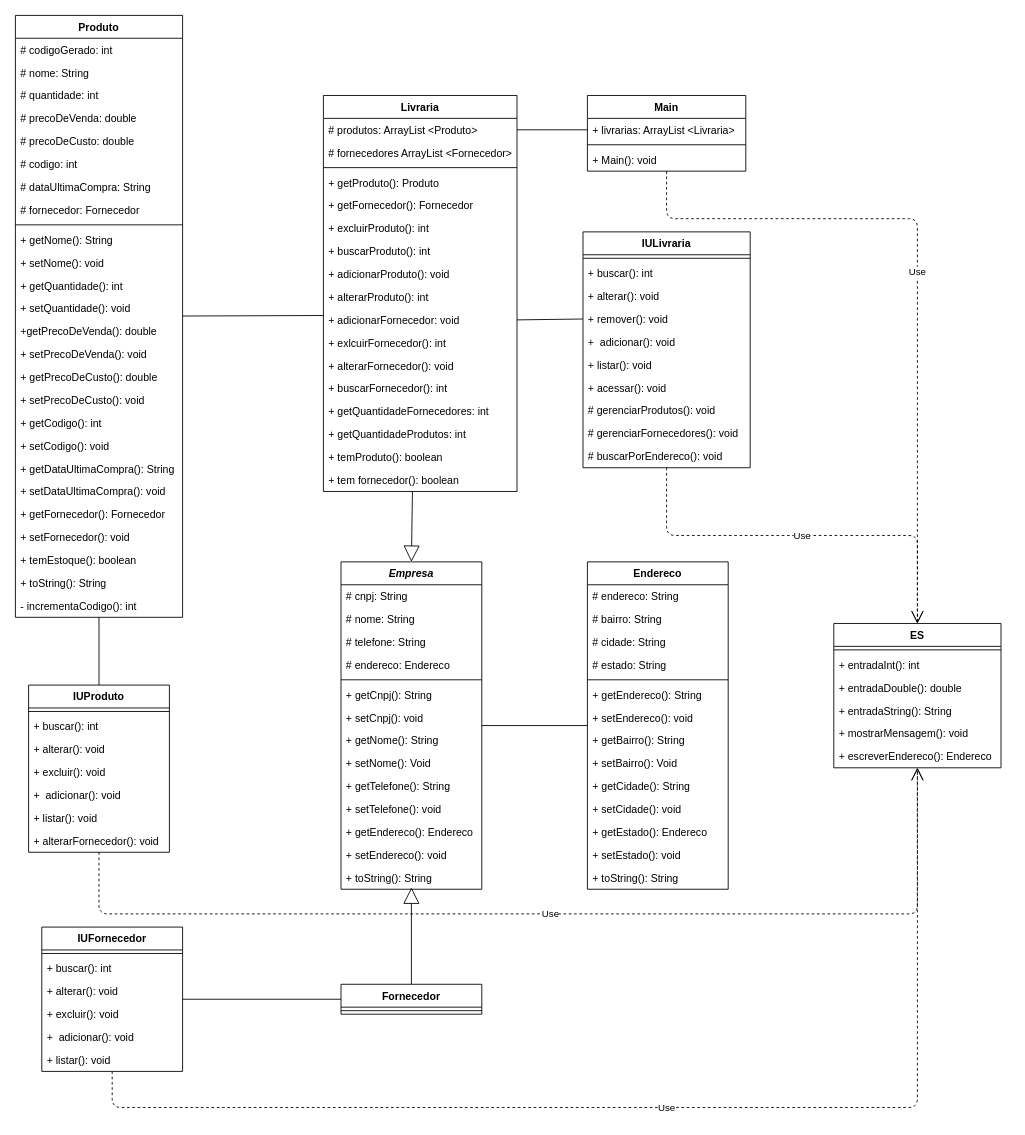
Earlier version of the draw.io diagram DiagramaDeClasses.drawio (savio-matheus/Trabalho-POO). Source tidied: cells renumbered, new cells numbered last; positions are measured from the earlier drawing's top-left corner, leaving out a move shared by most shapes. Both pictures are drawn from the tidied source at 88%, with x=0, y=0 at pixel (15, 15).
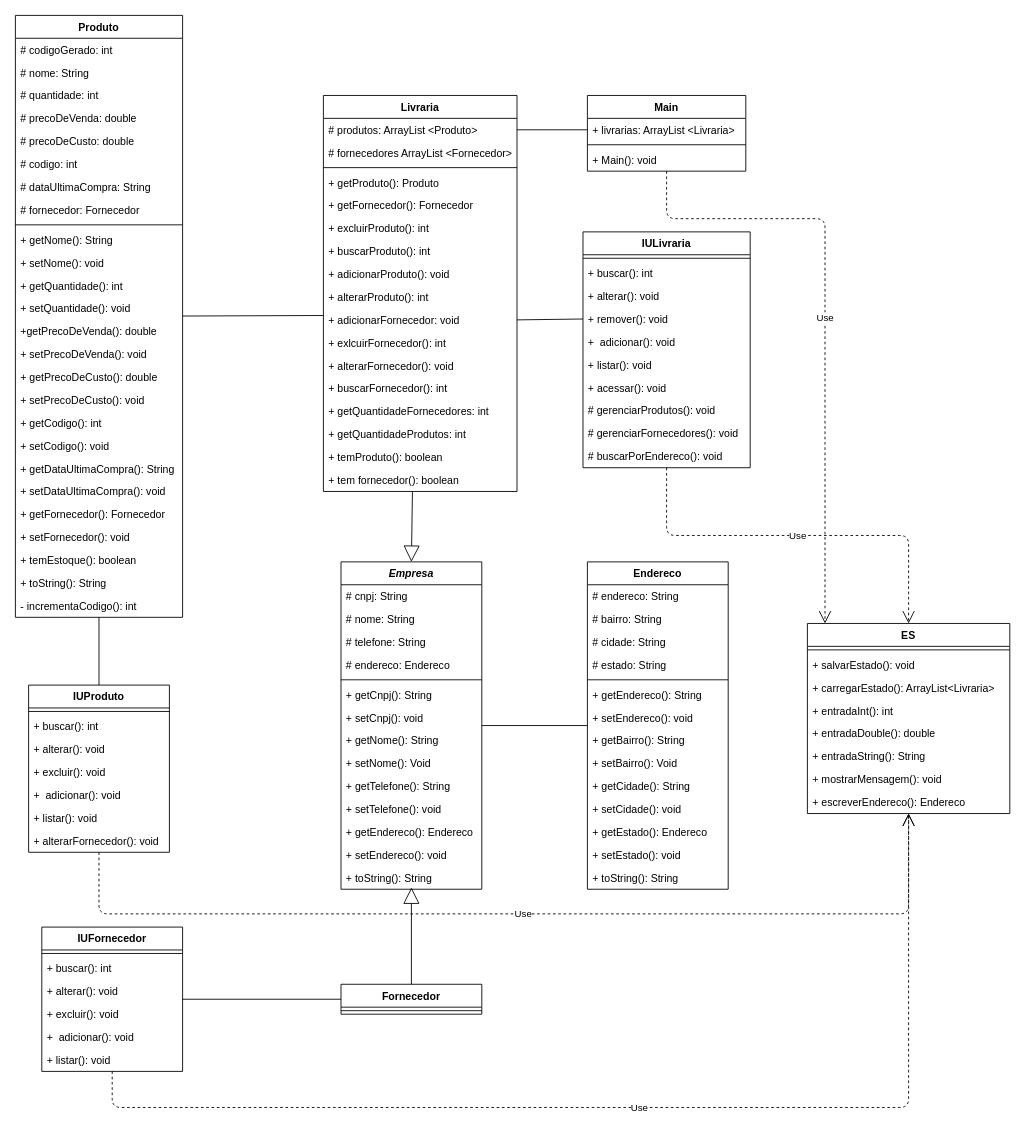
The same diagram, later.

Commit message:
Atualiza diagrama

Diff of the diagram source:
```diff
@@
     <mxCell id="75" value="ES" style="swimlane;fontStyle=1;align=center;verticalAlign=top;horizontal=1;startSize=26;" parent="1" vertex="1">
-      <mxGeometry x="930" y="691" width="190" height="164" as="geometry" />
+      <mxGeometry x="900" y="691" width="230" height="216" as="geometry" />
     </mxCell>
     <mxCell id="76" style="line;strokeWidth=1;fillColor=none;align=left;verticalAlign=middle;spacingTop=-1;spacingLeft=3;spacingRight=3;labelPosition=right;" parent="75" vertex="1">
-      <mxGeometry y="26" width="190" height="8" as="geometry" />
+      <mxGeometry y="26" width="230" height="8" as="geometry" />
     </mxCell>
+    <mxCell id="128" value="+ salvarEstado(): void" style="text;strokeColor=none;fillColor=none;align=left;verticalAlign=top;spacingLeft=4;spacingRight=4;overflow=hidden;" parent="75" vertex="1">
+      <mxGeometry y="34" width="230" height="26" as="geometry" />
+    </mxCell>
+    <mxCell id="129" value="+ carregarEstado(): ArrayList&lt;Livraria&gt;" style="text;strokeColor=none;fillColor=none;align=left;verticalAlign=top;spacingLeft=4;spacingRight=4;overflow=hidden;" parent="75" vertex="1">
+      <mxGeometry y="60" width="230" height="26" as="geometry" />
+    </mxCell>
     <mxCell id="77" value="+ entradaInt(): int" style="text;strokeColor=none;fillColor=none;align=left;verticalAlign=top;spacingLeft=4;spacingRight=4;overflow=hidden;" parent="75" vertex="1">
-      <mxGeometry y="34" width="190" height="26" as="geometry" />
+      <mxGeometry y="86" width="230" height="26" as="geometry" />
     </mxCell>
     <mxCell id="78" value="+ entradaDouble(): double" style="text;strokeColor=none;fillColor=none;align=left;verticalAlign=top;spacingLeft=4;spacingRight=4;overflow=hidden;" parent="75" vertex="1">
-      <mxGeometry y="60" width="190" height="26" as="geometry" />
+      <mxGeometry y="112" width="230" height="26" as="geometry" />
     </mxCell>
     <mxCell id="79" value="+ entradaString(): String" style="text;strokeColor=none;fillColor=none;align=left;verticalAlign=top;spacingLeft=4;spacingRight=4;overflow=hidden;" parent="75" vertex="1">
-      <mxGeometry y="86" width="190" height="26" as="geometry" />
+      <mxGeometry y="138" width="230" height="26" as="geometry" />
     </mxCell>
     <mxCell id="80" value="+ mostrarMensagem(): void" style="text;strokeColor=none;fillColor=none;align=left;verticalAlign=top;spacingLeft=4;spacingRight=4;overflow=hidden;" parent="75" vertex="1">
-      <mxGeometry y="112" width="190" height="26" as="geometry" />
+      <mxGeometry y="164" width="230" height="26" as="geometry" />
     </mxCell>
     <mxCell id="81" value="+ escreverEndereco(): Endereco" style="text;strokeColor=none;fillColor=none;align=left;verticalAlign=top;spacingLeft=4;spacingRight=4;overflow=hidden;" parent="75" vertex="1">
-      <mxGeometry y="138" width="190" height="26" as="geometry" />
+      <mxGeometry y="190" width="230" height="26" as="geometry" />
     </mxCell>
```
